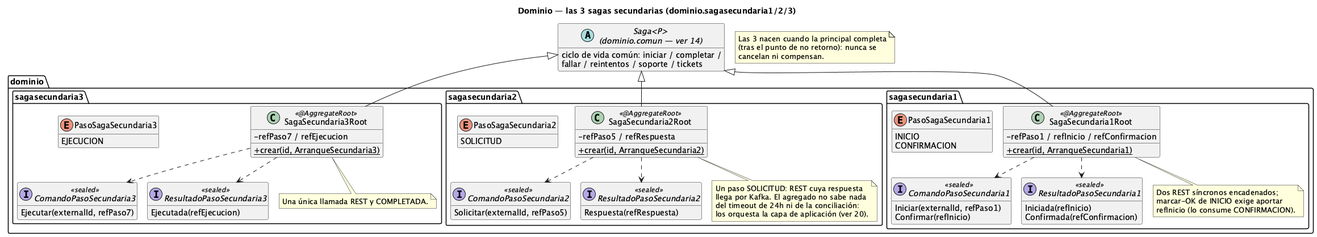
Above: order-manager/docs/16-clases-dominio-sagas-secundarias.png in ralcazar/patrones (PlantUML), before the change. Source of this version:
```plantuml
@startuml 16-clases-dominio-sagas-secundarias
title Dominio — las 3 sagas secundarias (dominio.sagasecundaria1/2/3)
!pragma layout smetana
hide empty members
skinparam classAttributeIconSize 0

abstract class "Saga<P>\n(dominio.comun — ver 14)" as Saga {
  ciclo de vida común: iniciar / completar /
  fallar / reintentos / soporte / tickets
}

package "dominio.sagasecundaria1" {
  class SagaSecundaria1Root <<@AggregateRoot>> {
    -refPaso1 / refInicio / refConfirmacion
    +{static} crear(id, ArranqueSecundaria1)
  }
  enum PasoSagaSecundaria1 {
    INICIO
    CONFIRMACION
  }
  interface ComandoPasoSecundaria1 <<sealed>> {
    Iniciar(externalId, refPaso1)
    Confirmar(refInicio)
  }
  interface ResultadoPasoSecundaria1 <<sealed>> {
    Iniciada(refInicio)
    Confirmada(refConfirmacion)
  }
  note bottom of SagaSecundaria1Root
    Dos REST síncronos encadenados;
    marcar-OK de INICIO exige aportar
    refInicio (lo consume CONFIRMACION).
  end note
}

package "dominio.sagasecundaria2" {
  class SagaSecundaria2Root <<@AggregateRoot>> {
    -refPaso5 / refRespuesta
    +{static} crear(id, ArranqueSecundaria2)
  }
  enum PasoSagaSecundaria2 {
    SOLICITUD
  }
  interface ComandoPasoSecundaria2 <<sealed>> {
    Solicitar(externalId, refPaso5)
  }
  interface ResultadoPasoSecundaria2 <<sealed>> {
    Respuesta(refRespuesta)
  }
  note bottom of SagaSecundaria2Root
    Un paso SOLICITUD: REST cuya respuesta
    llega por Kafka. El agregado no sabe nada
    del timeout de 24h ni de la conciliación:
    los orquesta la capa de aplicación (ver 20).
  end note
}

package "dominio.sagasecundaria3" {
  class SagaSecundaria3Root <<@AggregateRoot>> {
    -refPaso7 / refEjecucion
    +{static} crear(id, ArranqueSecundaria3)
  }
  enum PasoSagaSecundaria3 {
    EJECUCION
  }
  interface ComandoPasoSecundaria3 <<sealed>> {
    Ejecutar(externalId, refPaso7)
  }
  interface ResultadoPasoSecundaria3 <<sealed>> {
    Ejecutada(refEjecucion)
  }
  note bottom of SagaSecundaria3Root
    Una única llamada REST y COMPLETADA.
  end note
}

Saga <|-down- SagaSecundaria1Root
Saga <|-down- SagaSecundaria2Root
Saga <|-down- SagaSecundaria3Root

SagaSecundaria1Root ..> ComandoPasoSecundaria1
SagaSecundaria1Root ..> ResultadoPasoSecundaria1
SagaSecundaria2Root ..> ComandoPasoSecundaria2
SagaSecundaria2Root ..> ResultadoPasoSecundaria2
SagaSecundaria3Root ..> ComandoPasoSecundaria3
SagaSecundaria3Root ..> ResultadoPasoSecundaria3

note as NNace
  Las 3 nacen cuando la principal completa
  (tras el punto de no retorno): nunca se
  cancelan ni compensan.
end note
@enduml
```
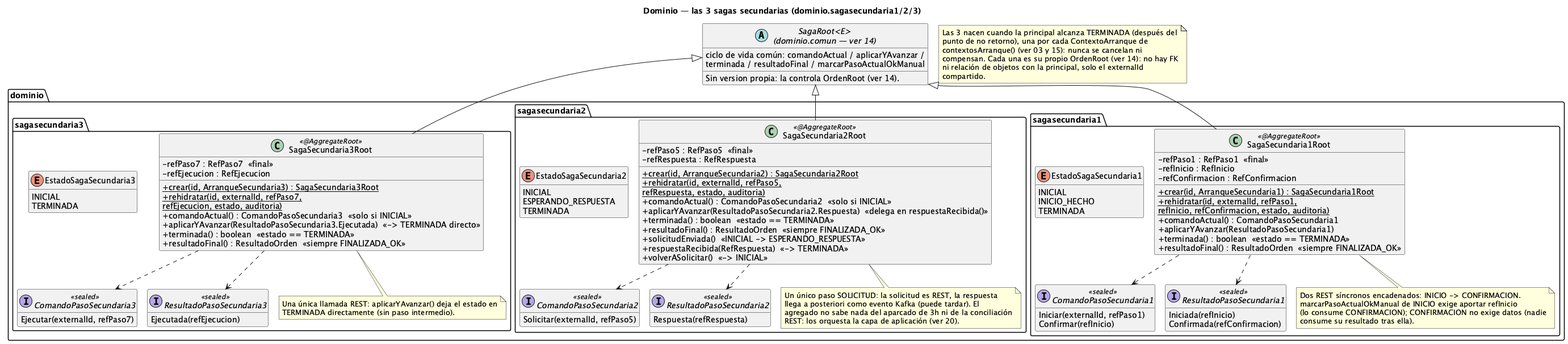
After the change.

What changed in the source:
```diff
@@ -4,19 +4,28 @@
 hide empty members
 skinparam classAttributeIconSize 0
 
-abstract class "Saga<P>\n(dominio.comun — ver 14)" as Saga {
-  ciclo de vida común: iniciar / completar /
-  fallar / reintentos / soporte / tickets
+abstract class "SagaRoot<E>\n(dominio.comun — ver 14)" as SagaRoot {
+  ciclo de vida común: comandoActual / aplicarYAvanzar /
+  terminada / resultadoFinal / marcarPasoActualOkManual
+  Sin version propia: la controla OrdenRoot (ver 14).
 }
 
 package "dominio.sagasecundaria1" {
   class SagaSecundaria1Root <<@AggregateRoot>> {
-    -refPaso1 / refInicio / refConfirmacion
-    +{static} crear(id, ArranqueSecundaria1)
+    -refPaso1 : RefPaso1  «final»
+    -refInicio : RefInicio
+    -refConfirmacion : RefConfirmacion
+    +{static} crear(id, ArranqueSecundaria1) : SagaSecundaria1Root
+    +{static} rehidratar(id, externalId, refPaso1,\nrefInicio, refConfirmacion, estado, auditoria)
+    +comandoActual() : ComandoPasoSecundaria1
+    +aplicarYAvanzar(ResultadoPasoSecundaria1)
+    +terminada() : boolean  «estado == TERMINADA»
+    +resultadoFinal() : ResultadoOrden  «siempre FINALIZADA_OK»
   }
-  enum PasoSagaSecundaria1 {
-    INICIO
-    CONFIRMACION
+  enum EstadoSagaSecundaria1 {
+    INICIAL
+    INICIO_HECHO
+    TERMINADA
   }
   interface ComandoPasoSecundaria1 <<sealed>> {
     Iniciar(externalId, refPaso1)
@@ -27,19 +36,31 @@
     Confirmada(refConfirmacion)
   }
   note bottom of SagaSecundaria1Root
-    Dos REST síncronos encadenados;
-    marcar-OK de INICIO exige aportar
-    refInicio (lo consume CONFIRMACION).
+    Dos REST síncronos encadenados: INICIO -> CONFIRMACION.
+    marcarPasoActualOkManual de INICIO exige aportar refInicio
+    (lo consume CONFIRMACION); CONFIRMACION no exige datos (nadie
+    consume su resultado tras ella).
   end note
 }
 
 package "dominio.sagasecundaria2" {
   class SagaSecundaria2Root <<@AggregateRoot>> {
-    -refPaso5 / refRespuesta
-    +{static} crear(id, ArranqueSecundaria2)
+    -refPaso5 : RefPaso5  «final»
+    -refRespuesta : RefRespuesta
+    +{static} crear(id, ArranqueSecundaria2) : SagaSecundaria2Root
+    +{static} rehidratar(id, externalId, refPaso5,\nrefRespuesta, estado, auditoria)
+    +comandoActual() : ComandoPasoSecundaria2  «solo si INICIAL»
+    +aplicarYAvanzar(ResultadoPasoSecundaria2.Respuesta)  «delega en respuestaRecibida()»
+    +terminada() : boolean  «estado == TERMINADA»
+    +resultadoFinal() : ResultadoOrden  «siempre FINALIZADA_OK»
+    +solicitudEnviada()  «INICIAL -> ESPERANDO_RESPUESTA»
+    +respuestaRecibida(RefRespuesta)  «-> TERMINADA»
+    +volverASolicitar()  «-> INICIAL»
   }
-  enum PasoSagaSecundaria2 {
-    SOLICITUD
+  enum EstadoSagaSecundaria2 {
+    INICIAL
+    ESPERANDO_RESPUESTA
+    TERMINADA
   }
   interface ComandoPasoSecundaria2 <<sealed>> {
     Solicitar(externalId, refPaso5)
@@ -48,20 +69,27 @@
     Respuesta(refRespuesta)
   }
   note bottom of SagaSecundaria2Root
-    Un paso SOLICITUD: REST cuya respuesta
-    llega por Kafka. El agregado no sabe nada
-    del timeout de 24h ni de la conciliación:
-    los orquesta la capa de aplicación (ver 20).
+    Un único paso SOLICITUD: la solicitud es REST, la respuesta
+    llega a posteriori como evento Kafka (puede tardar). El
+    agregado no sabe nada del aparcado de 3h ni de la conciliación
+    REST: los orquesta la capa de aplicación (ver 20).
   end note
 }
 
 package "dominio.sagasecundaria3" {
   class SagaSecundaria3Root <<@AggregateRoot>> {
-    -refPaso7 / refEjecucion
-    +{static} crear(id, ArranqueSecundaria3)
+    -refPaso7 : RefPaso7  «final»
+    -refEjecucion : RefEjecucion
+    +{static} crear(id, ArranqueSecundaria3) : SagaSecundaria3Root
+    +{static} rehidratar(id, externalId, refPaso7,\nrefEjecucion, estado, auditoria)
+    +comandoActual() : ComandoPasoSecundaria3  «solo si INICIAL»
+    +aplicarYAvanzar(ResultadoPasoSecundaria3.Ejecutada)  «-> TERMINADA directo»
+    +terminada() : boolean  «estado == TERMINADA»
+    +resultadoFinal() : ResultadoOrden  «siempre FINALIZADA_OK»
   }
-  enum PasoSagaSecundaria3 {
-    EJECUCION
+  enum EstadoSagaSecundaria3 {
+    INICIAL
+    TERMINADA
   }
   interface ComandoPasoSecundaria3 <<sealed>> {
     Ejecutar(externalId, refPaso7)
@@ -70,13 +98,14 @@
     Ejecutada(refEjecucion)
   }
   note bottom of SagaSecundaria3Root
-    Una única llamada REST y COMPLETADA.
+    Una única llamada REST: aplicarYAvanzar() deja el estado en
+    TERMINADA directamente (sin paso intermedio).
   end note
 }
 
-Saga <|-down- SagaSecundaria1Root
-Saga <|-down- SagaSecundaria2Root
-Saga <|-down- SagaSecundaria3Root
+SagaRoot <|-down- SagaSecundaria1Root
+SagaRoot <|-down- SagaSecundaria2Root
+SagaRoot <|-down- SagaSecundaria3Root
 
 SagaSecundaria1Root ..> ComandoPasoSecundaria1
 SagaSecundaria1Root ..> ResultadoPasoSecundaria1
@@ -86,8 +115,11 @@
 SagaSecundaria3Root ..> ResultadoPasoSecundaria3
 
 note as NNace
-  Las 3 nacen cuando la principal completa
-  (tras el punto de no retorno): nunca se
-  cancelan ni compensan.
+  Las 3 nacen cuando la principal alcanza TERMINADA (después del
+  punto de no retorno), una por cada ContextoArranque de
+  contextosArranque() (ver 03 y 15): nunca se cancelan ni
+  compensan. Cada una es su propio OrdenRoot (ver 14): no hay FK
+  ni relación de objetos con la principal, solo el externalId
+  compartido.
 end note
 @enduml
```
